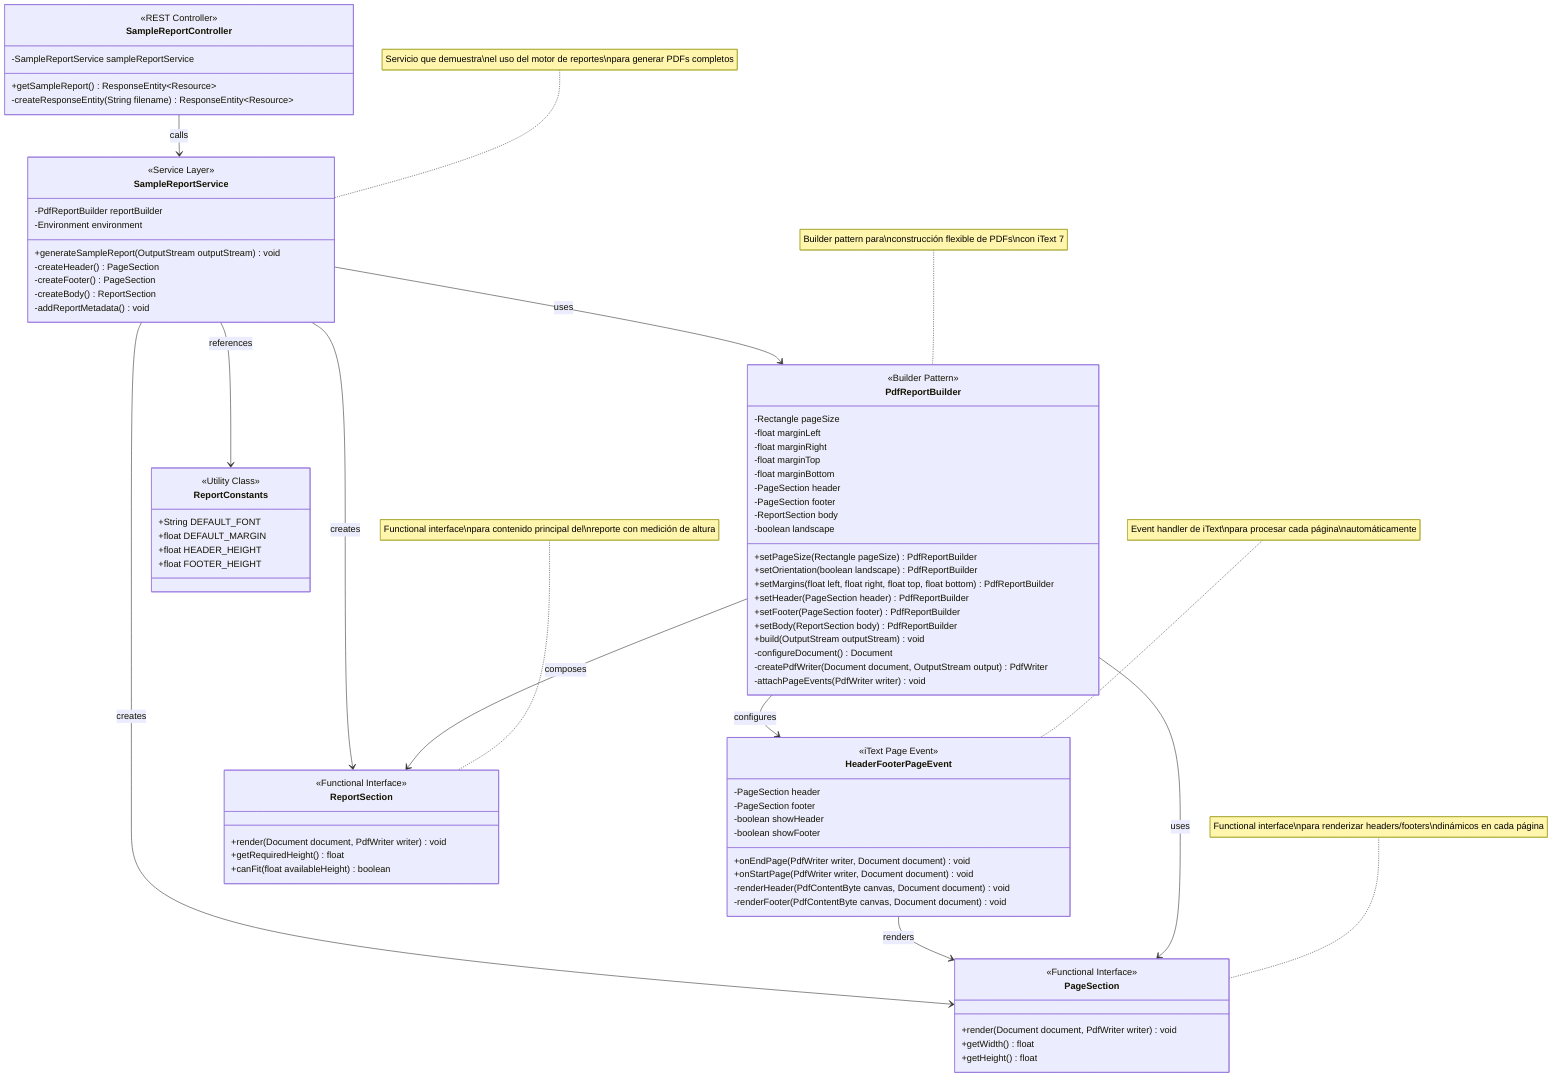
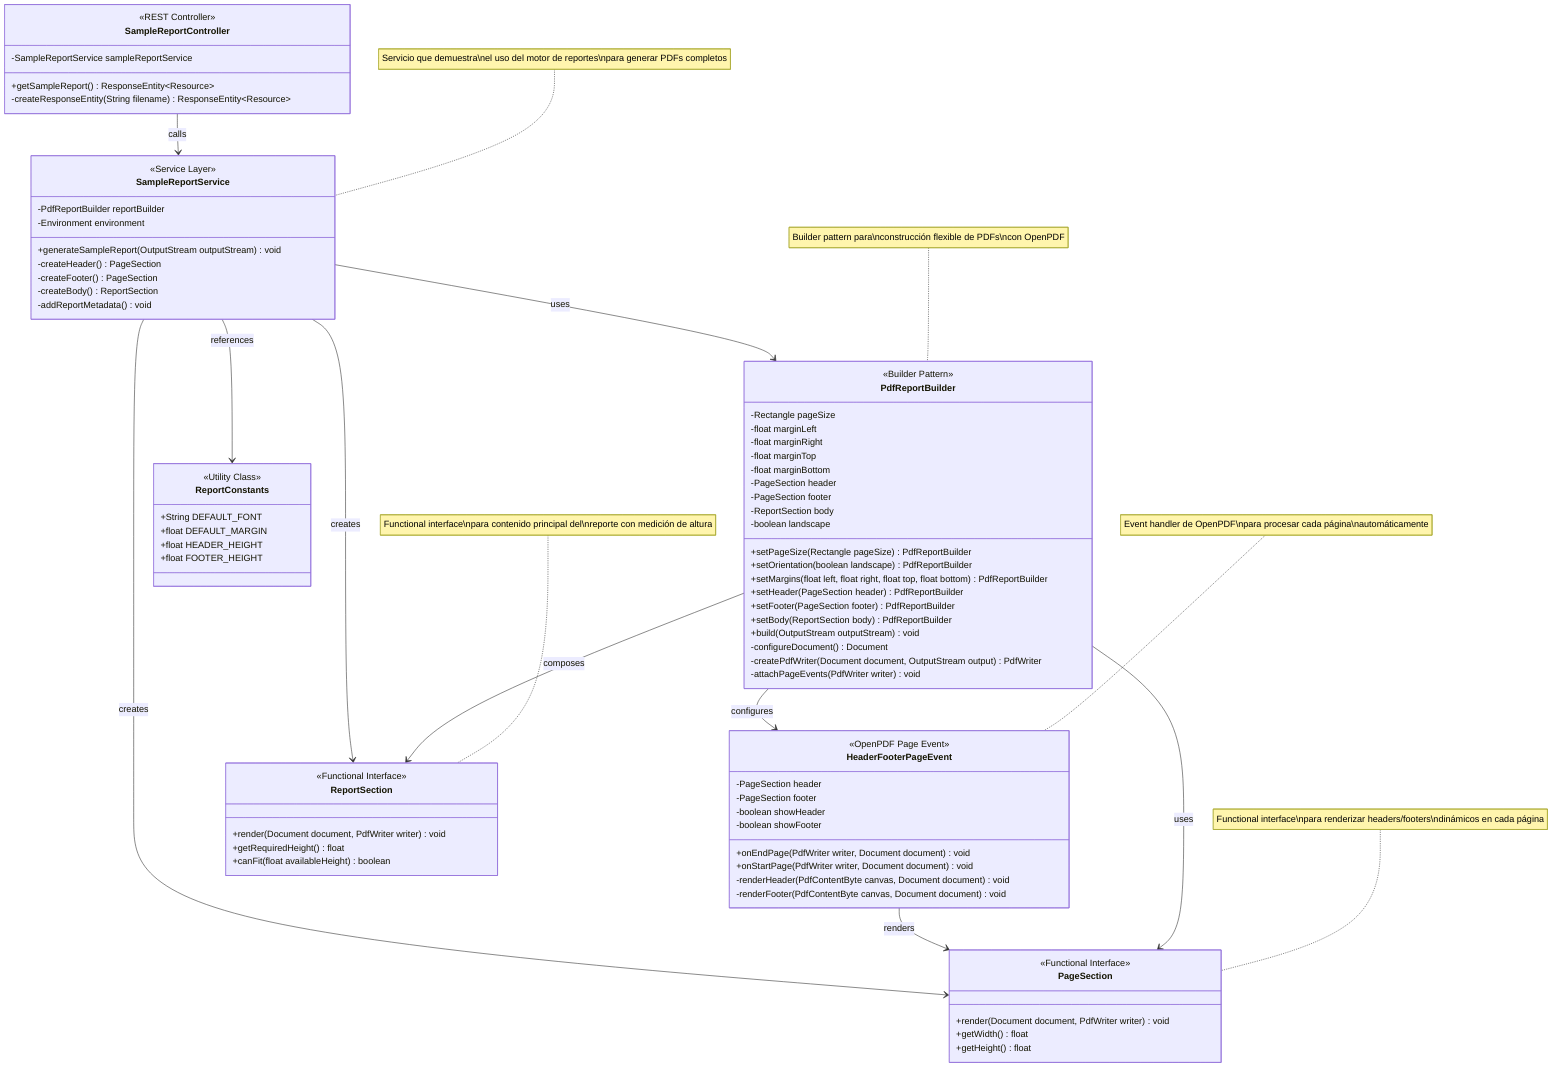
classDiagram
    class PdfReportBuilder {
        <<Builder Pattern>>
        -Rectangle pageSize
        -float marginLeft
        -float marginRight
        -float marginTop
        -float marginBottom
        -PageSection header
        -PageSection footer
        -ReportSection body
        -boolean landscape
        +setPageSize(Rectangle pageSize) PdfReportBuilder
        +setOrientation(boolean landscape) PdfReportBuilder
        +setMargins(float left, float right, float top, float bottom) PdfReportBuilder
        +setHeader(PageSection header) PdfReportBuilder
        +setFooter(PageSection footer) PdfReportBuilder
        +setBody(ReportSection body) PdfReportBuilder
        +build(OutputStream outputStream) void
        -configureDocument() Document
        -createPdfWriter(Document document, OutputStream output) PdfWriter
        -attachPageEvents(PdfWriter writer) void
    }

    class HeaderFooterPageEvent {
-         <<iText Page Event>>
+         <<OpenPDF Page Event>>
        -PageSection header
        -PageSection footer
        -boolean showHeader
        -boolean showFooter
        +onEndPage(PdfWriter writer, Document document) void
        +onStartPage(PdfWriter writer, Document document) void
        -renderHeader(PdfContentByte canvas, Document document) void
        -renderFooter(PdfContentByte canvas, Document document) void
    }

    class PageSection {
        <<Functional Interface>>
        +render(Document document, PdfWriter writer) void
        +getWidth() float
        +getHeight() float
    }

    class ReportSection {
        <<Functional Interface>>
        +render(Document document, PdfWriter writer) void
        +getRequiredHeight() float
        +canFit(float availableHeight) boolean
    }

    class SampleReportService {
        <<Service Layer>>
        -PdfReportBuilder reportBuilder
        -Environment environment
        +generateSampleReport(OutputStream outputStream) void
        -createHeader() PageSection
        -createFooter() PageSection
        -createBody() ReportSection
        -addReportMetadata() void
    }

    class SampleReportController {
        <<REST Controller>>
        -SampleReportService sampleReportService
        +getSampleReport() ResponseEntity~Resource~
        -createResponseEntity(String filename) ResponseEntity~Resource~
    }

    class ReportConstants {
        <<Utility Class>>
        +String DEFAULT_FONT
        +float DEFAULT_MARGIN
        +float HEADER_HEIGHT
        +float FOOTER_HEIGHT
    }

    PdfReportBuilder --> PageSection : uses
    PdfReportBuilder --> ReportSection : composes
    PdfReportBuilder --> HeaderFooterPageEvent : configures
    HeaderFooterPageEvent --> PageSection : renders
    SampleReportService --> PdfReportBuilder : uses
    SampleReportService --> PageSection : creates
    SampleReportService --> ReportSection : creates
    SampleReportController --> SampleReportService : calls
    SampleReportService --> ReportConstants : references

-     note for PdfReportBuilder "Builder pattern para\nconstrucción flexible de PDFs\ncon iText 7"
+     note for PdfReportBuilder "Builder pattern para\nconstrucción flexible de PDFs\ncon OpenPDF"
    note for PageSection "Functional interface\npara renderizar headers/footers\ndinámicos en cada página"
    note for ReportSection "Functional interface\npara contenido principal del\nreporte con medición de altura"
-     note for HeaderFooterPageEvent "Event handler de iText\npara procesar cada página\nautomáticamente"
+     note for HeaderFooterPageEvent "Event handler de OpenPDF\npara procesar cada página\nautomáticamente"
    note for SampleReportService "Servicio que demuestra\nel uso del motor de reportes\npara generar PDFs completos"